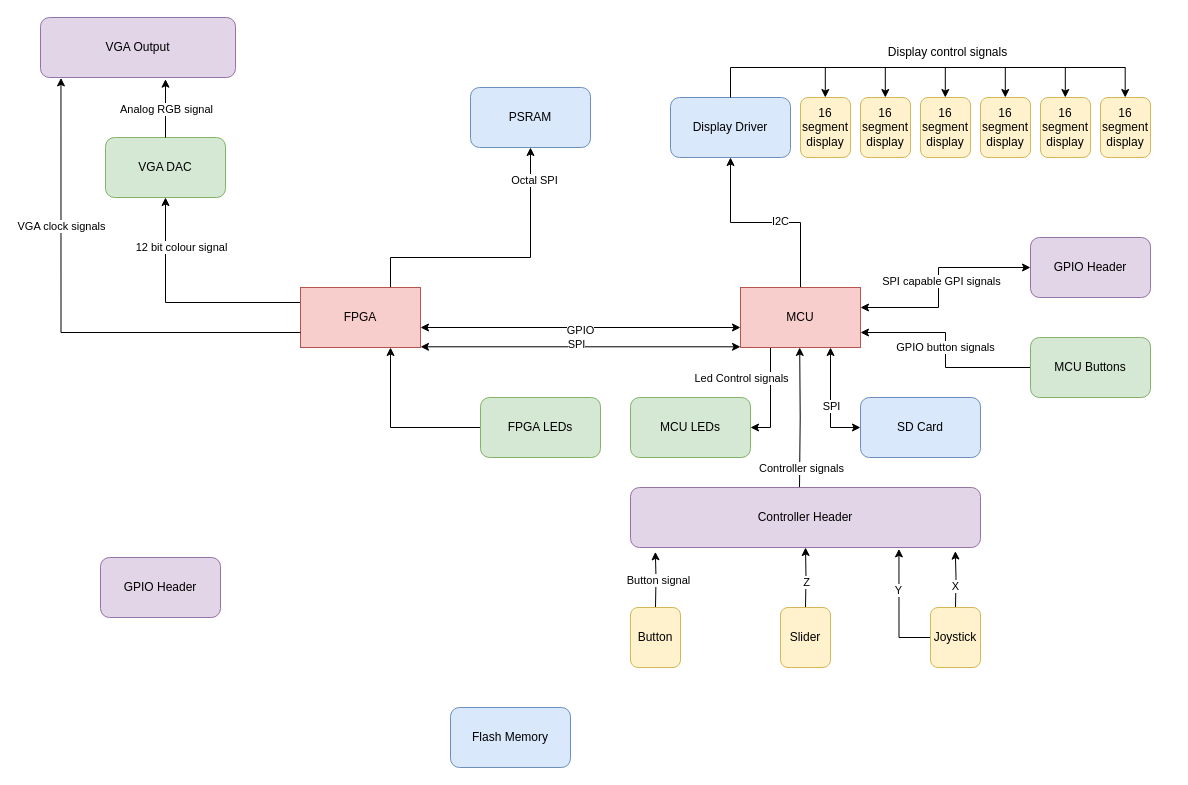
MH-Flight-Simulator-X/System-Figures-And-Microarchitecture keeps this draw.io diagram as PCB/DetailedPCBDiagram.drawio. Above is the earlier version. Source tidied: cells renumbered, new cells numbered last; positions are measured from the earlier drawing's top-left corner, leaving out a move shared by most shapes. Both pictures are drawn from the tidied source at 100%, with x=0, y=0 at pixel (40, 17).
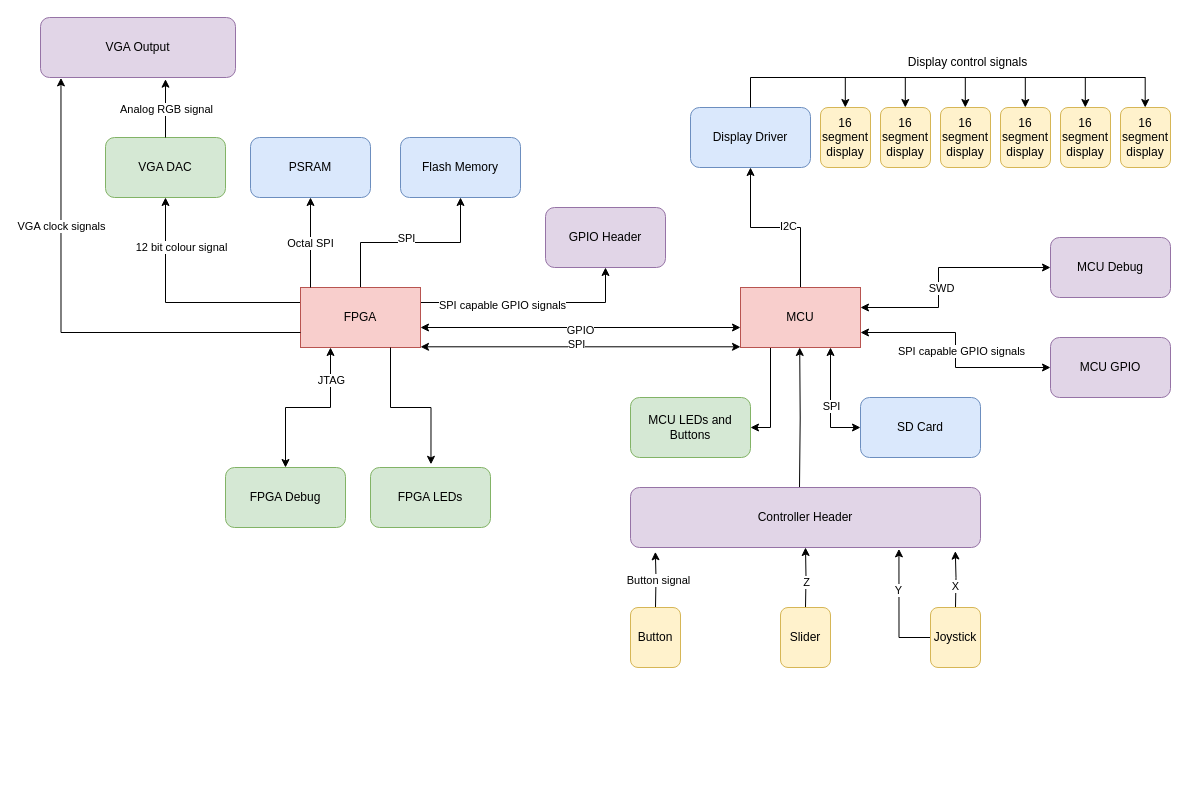
Above is the later version.

Unchanged cells that the change refers to:
```xml
<mxCell id="8" style="edgeStyle=orthogonalEdgeStyle;rounded=0;jettySize=auto;html=1;entryX=0;entryY=0.5;entryDx=0;entryDy=0;startArrow=classic;startFill=1;" parent="1" edge="1" source="16" target="36">
  <mxGeometry relative="1" as="geometry">
    <Array as="points">
      <mxPoint x="898" y="290" />
      <mxPoint x="898" y="250" />
    </Array>
  </mxGeometry>
</mxCell>
<mxCell id="10" style="edgeStyle=orthogonalEdgeStyle;rounded=0;jettySize=auto;html=1;exitX=0.25;exitY=1;exitDx=0;exitDy=0;entryX=1;entryY=0.5;entryDx=0;entryDy=0;" parent="1" edge="1" source="16" target="37">
  <mxGeometry relative="1" as="geometry" />
</mxCell>
<mxCell id="14" style="edgeStyle=orthogonalEdgeStyle;rounded=0;orthogonalLoop=1;jettySize=auto;html=1;startArrow=classic;startFill=1;endArrow=none;endFill=0;" parent="1" edge="1">
  <mxGeometry relative="1" as="geometry">
    <mxPoint x="759.2" y="330" as="sourcePoint" />
    <mxPoint x="759" y="470" as="targetPoint" />
  </mxGeometry>
</mxCell>
<mxCell id="16" value="MCU" style="rounded=0;whiteSpace=wrap;html=1;fillColor=#f8cecc;strokeColor=#b85450;" parent="1" vertex="1">
  <mxGeometry x="700" y="270" width="120" height="60" as="geometry" />
</mxCell>
<mxCell id="24" value="FPGA" style="rounded=0;whiteSpace=wrap;html=1;fillColor=#f8cecc;strokeColor=#b85450;" parent="1" vertex="1">
  <mxGeometry x="260" y="270" width="120" height="60" as="geometry" />
</mxCell>
```

Change to the diagram source:
```diff
@@
-    <mxCell id="9" value="SPI capable GPI signals" style="edgeLabel;html=1;align=center;verticalAlign=middle;" parent="8" vertex="1">
-      <mxGeometry y="-2" relative="1" as="geometry" />
+    <mxCell id="9" value="SWD" style="edgeLabel;html=1;align=center;verticalAlign=middle;" parent="8" vertex="1">
+      <mxGeometry y="-2" relative="1" as="geometry">
+        <mxPoint y="17" as="offset" />
+      </mxGeometry>
     </mxCell>
@@
-    <mxCell id="11" value="Led Control signals" style="edgeLabel;html=1;align=center;verticalAlign=middle;" parent="10" vertex="1">
-      <mxGeometry x="-0.17" y="-1" relative="1" as="geometry">
-        <mxPoint x="-29" y="-12" as="offset" />
-      </mxGeometry>
-    </mxCell>
-    <mxCell id="12" style="edgeStyle=orthogonalEdgeStyle;rounded=0;jettySize=auto;html=1;exitX=1;exitY=0.75;exitDx=0;exitDy=0;startArrow=classic;startFill=1;endArrow=none;endFill=0;" parent="1" edge="1" source="16" target="38">
-      <mxGeometry relative="1" as="geometry" />
-    </mxCell>
-    <mxCell id="13" value="GPIO button signals" style="edgeLabel;html=1;align=center;verticalAlign=middle;" parent="12" vertex="1">
-      <mxGeometry x="-0.03" y="-1" relative="1" as="geometry" />
-    </mxCell>
@@
-    <mxCell id="15" value="Controller signals" style="edgeLabel;html=1;align=center;verticalAlign=middle;" parent="14" vertex="1">
-      <mxGeometry x="0.55" y="1" relative="1" as="geometry">
-        <mxPoint y="12" as="offset" />
-      </mxGeometry>
-    </mxCell>
+    <mxCell id="67" style="edgeStyle=orthogonalEdgeStyle;rounded=0;jettySize=auto;html=1;exitX=1;exitY=0.75;exitDx=0;exitDy=0;entryX=0;entryY=0.5;entryDx=0;entryDy=0;startArrow=classic;startFill=1;" parent="1" edge="1" source="16" target="78">
+      <mxGeometry relative="1" as="geometry" />
+    </mxCell>
+    <mxCell id="68" value="SPI capable GPIO signals" style="edgeLabel;html=1;align=center;verticalAlign=middle;" parent="67" vertex="1">
+      <mxGeometry y="5" relative="1" as="geometry" />
+    </mxCell>
@@
     <mxCell id="18" value="&lt;div&gt;Display Driver&lt;br&gt;&lt;/div&gt;" style="rounded=1;whiteSpace=wrap;html=1;fillColor=#dae8fc;strokeColor=#6c8ebf;" parent="1" vertex="1">
-      <mxGeometry x="630" y="80" width="120" height="60" as="geometry" />
+      <mxGeometry x="650" y="90" width="120" height="60" as="geometry" />
     </mxCell>
@@
-    <mxCell id="21" style="edgeStyle=orthogonalEdgeStyle;rounded=0;jettySize=auto;html=1;exitX=0.75;exitY=0;exitDx=0;exitDy=0;entryX=0.5;entryY=1;entryDx=0;entryDy=0;" parent="1" edge="1" source="24" target="59">
-      <mxGeometry relative="1" as="geometry">
-        <Array as="points">
-          <mxPoint x="350" y="240" />
-          <mxPoint x="490" y="240" />
-        </Array>
-      </mxGeometry>
-    </mxCell>
-    <mxCell id="22" value="Octal SPI" style="edgeLabel;html=1;align=center;verticalAlign=middle;" parent="21" vertex="1">
-      <mxGeometry x="0.77" y="-3" relative="1" as="geometry" />
-    </mxCell>
@@
+    <mxCell id="69" style="edgeStyle=orthogonalEdgeStyle;rounded=0;jettySize=auto;html=1;exitX=0.5;exitY=0;exitDx=0;exitDy=0;entryX=0.5;entryY=1;entryDx=0;entryDy=0;" parent="1" edge="1" source="24" target="57">
+      <mxGeometry relative="1" as="geometry" />
+    </mxCell>
+    <mxCell id="70" value="SPI" style="edgeLabel;html=1;align=center;verticalAlign=middle;" parent="69" vertex="1">
+      <mxGeometry x="-0.11" y="-4" relative="1" as="geometry">
+        <mxPoint x="5" y="-9" as="offset" />
+      </mxGeometry>
+    </mxCell>
+    <mxCell id="71" style="edgeStyle=orthogonalEdgeStyle;rounded=0;jettySize=auto;html=1;exitX=1;exitY=0.25;exitDx=0;exitDy=0;" parent="1" edge="1" source="24" target="58">
+      <mxGeometry relative="1" as="geometry" />
+    </mxCell>
+    <mxCell id="72" value="SPI capable GPIO signals" style="edgeLabel;html=1;align=center;verticalAlign=middle;" parent="71" vertex="1">
+      <mxGeometry x="-0.26" y="-2" relative="1" as="geometry" />
+    </mxCell>
+    <mxCell id="73" style="edgeStyle=orthogonalEdgeStyle;rounded=0;jettySize=auto;html=1;exitX=0.25;exitY=1;exitDx=0;exitDy=0;entryX=0.5;entryY=0;entryDx=0;entryDy=0;startArrow=classic;startFill=1;" parent="1" edge="1" source="24" target="76">
+      <mxGeometry relative="1" as="geometry" />
+    </mxCell>
+    <mxCell id="74" value="JTAG" style="edgeLabel;html=1;align=center;verticalAlign=middle;" parent="73" vertex="1">
+      <mxGeometry x="-0.61" relative="1" as="geometry" />
+    </mxCell>
@@
-    <mxCell id="25" style="edgeStyle=orthogonalEdgeStyle;rounded=0;jettySize=auto;html=1;entryX=0.75;entryY=1;entryDx=0;entryDy=0;" parent="1" edge="1" source="26" target="24">
-      <mxGeometry relative="1" as="geometry" />
-    </mxCell>
     <mxCell id="26" value="FPGA LEDs" style="rounded=1;whiteSpace=wrap;html=1;fillColor=#d5e8d4;strokeColor=#82b366;" parent="1" vertex="1">
-      <mxGeometry x="440" y="380" width="120" height="60" as="geometry" />
+      <mxGeometry x="330" y="450" width="120" height="60" as="geometry" />
     </mxCell>
     <mxCell id="27" style="endArrow=none;html=1;rounded=0;targetPerimeterSpacing=63;endSize=17;" parent="1" edge="1">
       <mxGeometry relative="1" as="geometry">
-        <mxPoint x="690" y="50" as="sourcePoint" />
-        <mxPoint x="1085" y="50" as="targetPoint" />
+        <mxPoint x="710" y="60" as="sourcePoint" />
+        <mxPoint x="1105" y="60" as="targetPoint" />
       </mxGeometry>
     </mxCell>
     <mxCell id="28" style="endArrow=none;html=1;rounded=0;" parent="1" edge="1">
       <mxGeometry relative="1" as="geometry">
-        <mxPoint x="690" y="80" as="sourcePoint" />
-        <mxPoint x="690" y="50" as="targetPoint" />
+        <mxPoint x="710" y="90" as="sourcePoint" />
+        <mxPoint x="710" y="60" as="targetPoint" />
       </mxGeometry>
     </mxCell>
     <mxCell id="29" style="endArrow=classic;html=1;rounded=0;" parent="1" edge="1">
       <mxGeometry relative="1" as="geometry">
-        <mxPoint x="1084.7" y="50" as="sourcePoint" />
-        <mxPoint x="1084.7" y="80" as="targetPoint" />
+        <mxPoint x="1104.7" y="60" as="sourcePoint" />
+        <mxPoint x="1104.7" y="90" as="targetPoint" />
       </mxGeometry>
     </mxCell>
     <mxCell id="30" style="endArrow=classic;html=1;rounded=0;" parent="1" edge="1">
       <mxGeometry relative="1" as="geometry">
-        <mxPoint x="1024.8" y="50" as="sourcePoint" />
-        <mxPoint x="1024.8" y="80" as="targetPoint" />
+        <mxPoint x="1044.8" y="60" as="sourcePoint" />
+        <mxPoint x="1044.8" y="90" as="targetPoint" />
       </mxGeometry>
     </mxCell>
     <mxCell id="31" style="endArrow=classic;html=1;rounded=0;" parent="1" edge="1">
       <mxGeometry relative="1" as="geometry">
-        <mxPoint x="964.8" y="50" as="sourcePoint" />
-        <mxPoint x="964.8" y="80" as="targetPoint" />
+        <mxPoint x="984.8" y="60" as="sourcePoint" />
+        <mxPoint x="984.8" y="90" as="targetPoint" />
       </mxGeometry>
     </mxCell>
     <mxCell id="32" style="endArrow=classic;html=1;rounded=0;" parent="1" edge="1">
       <mxGeometry relative="1" as="geometry">
-        <mxPoint x="904.8" y="50" as="sourcePoint" />
-        <mxPoint x="904.8" y="80" as="targetPoint" />
+        <mxPoint x="924.8" y="60" as="sourcePoint" />
+        <mxPoint x="924.8" y="90" as="targetPoint" />
       </mxGeometry>
     </mxCell>
     <mxCell id="33" style="endArrow=classic;html=1;rounded=0;" parent="1" edge="1">
       <mxGeometry relative="1" as="geometry">
-        <mxPoint x="844.8" y="50" as="sourcePoint" />
-        <mxPoint x="844.8" y="80" as="targetPoint" />
+        <mxPoint x="864.8" y="60" as="sourcePoint" />
+        <mxPoint x="864.8" y="90" as="targetPoint" />
       </mxGeometry>
     </mxCell>
     <mxCell id="34" style="endArrow=classic;html=1;rounded=0;" parent="1" edge="1">
       <mxGeometry relative="1" as="geometry">
-        <mxPoint x="784.8" y="50" as="sourcePoint" />
-        <mxPoint x="784.8" y="80" as="targetPoint" />
+        <mxPoint x="804.8" y="60" as="sourcePoint" />
+        <mxPoint x="804.8" y="90" as="targetPoint" />
       </mxGeometry>
     </mxCell>
     <mxCell id="35" value="Display control signals" style="text;html=1;align=center;verticalAlign=middle;whiteSpace=wrap;rounded=0;" parent="1" vertex="1">
-      <mxGeometry x="825" y="20" width="165" height="30" as="geometry" />
+      <mxGeometry x="845" y="30" width="165" height="30" as="geometry" />
     </mxCell>
-    <mxCell id="36" value="GPIO Header" style="rounded=1;whiteSpace=wrap;html=1;fillColor=#e1d5e7;strokeColor=#9673a6;" parent="1" vertex="1">
-      <mxGeometry x="990" y="220" width="120" height="60" as="geometry" />
+    <mxCell id="36" value="MCU Debug" style="rounded=1;whiteSpace=wrap;html=1;fillColor=#e1d5e7;strokeColor=#9673a6;" parent="1" vertex="1">
+      <mxGeometry x="1010" y="220" width="120" height="60" as="geometry" />
     </mxCell>
-    <mxCell id="37" value="MCU LEDs" style="rounded=1;whiteSpace=wrap;html=1;fillColor=#d5e8d4;strokeColor=#82b366;" parent="1" vertex="1">
+    <mxCell id="37" value="MCU LEDs and Buttons" style="rounded=1;whiteSpace=wrap;html=1;fillColor=#d5e8d4;strokeColor=#82b366;" parent="1" vertex="1">
       <mxGeometry x="590" y="380" width="120" height="60" as="geometry" />
     </mxCell>
-    <mxCell id="38" value="MCU Buttons" style="rounded=1;whiteSpace=wrap;html=1;fillColor=#d5e8d4;strokeColor=#82b366;" parent="1" vertex="1">
-      <mxGeometry x="990" y="320" width="120" height="60" as="geometry" />
-    </mxCell>
@@
     <mxCell id="51" value="&lt;div&gt;16 segment display&lt;/div&gt;" style="rounded=1;whiteSpace=wrap;html=1;fillColor=#fff2cc;strokeColor=#d6b656;" parent="1" vertex="1">
-      <mxGeometry x="760" y="80" width="50" height="60" as="geometry" />
+      <mxGeometry x="780" y="90" width="50" height="60" as="geometry" />
     </mxCell>
     <mxCell id="52" value="&lt;div&gt;16 segment display&lt;/div&gt;" style="rounded=1;whiteSpace=wrap;html=1;fillColor=#fff2cc;strokeColor=#d6b656;" parent="1" vertex="1">
-      <mxGeometry x="820" y="80" width="50" height="60" as="geometry" />
+      <mxGeometry x="840" y="90" width="50" height="60" as="geometry" />
     </mxCell>
     <mxCell id="53" value="&lt;div&gt;16 segment display&lt;/div&gt;" style="rounded=1;whiteSpace=wrap;html=1;fillColor=#fff2cc;strokeColor=#d6b656;" parent="1" vertex="1">
-      <mxGeometry x="880" y="80" width="50" height="60" as="geometry" />
+      <mxGeometry x="900" y="90" width="50" height="60" as="geometry" />
     </mxCell>
     <mxCell id="54" value="&lt;div&gt;16 segment display&lt;/div&gt;" style="rounded=1;whiteSpace=wrap;html=1;fillColor=#fff2cc;strokeColor=#d6b656;" parent="1" vertex="1">
-      <mxGeometry x="940" y="80" width="50" height="60" as="geometry" />
+      <mxGeometry x="960" y="90" width="50" height="60" as="geometry" />
     </mxCell>
     <mxCell id="55" value="&lt;div&gt;16 segment display&lt;/div&gt;" style="rounded=1;whiteSpace=wrap;html=1;fillColor=#fff2cc;strokeColor=#d6b656;" parent="1" vertex="1">
-      <mxGeometry x="1000" y="80" width="50" height="60" as="geometry" />
+      <mxGeometry x="1020" y="90" width="50" height="60" as="geometry" />
     </mxCell>
     <mxCell id="56" value="&lt;div&gt;16 segment display&lt;/div&gt;" style="rounded=1;whiteSpace=wrap;html=1;fillColor=#fff2cc;strokeColor=#d6b656;" parent="1" vertex="1">
-      <mxGeometry x="1060" y="80" width="50" height="60" as="geometry" />
+      <mxGeometry x="1080" y="90" width="50" height="60" as="geometry" />
     </mxCell>
     <mxCell id="57" value="Flash Memory" style="rounded=1;whiteSpace=wrap;html=1;fillColor=#dae8fc;strokeColor=#6c8ebf;" parent="1" vertex="1">
-      <mxGeometry x="410" y="690" width="120" height="60" as="geometry" />
+      <mxGeometry x="360" y="120" width="120" height="60" as="geometry" />
     </mxCell>
     <mxCell id="58" value="GPIO Header" style="rounded=1;whiteSpace=wrap;html=1;fillColor=#e1d5e7;strokeColor=#9673a6;" parent="1" vertex="1">
-      <mxGeometry x="60" y="540" width="120" height="60" as="geometry" />
+      <mxGeometry x="505" y="190" width="120" height="60" as="geometry" />
     </mxCell>
     <mxCell id="59" value="PSRAM" style="rounded=1;whiteSpace=wrap;html=1;fillColor=#dae8fc;strokeColor=#6c8ebf;" parent="1" vertex="1">
-      <mxGeometry x="430" y="70" width="120" height="60" as="geometry" />
+      <mxGeometry x="210" y="120" width="120" height="60" as="geometry" />
     </mxCell>
@@
+    <mxCell id="75" style="edgeStyle=orthogonalEdgeStyle;rounded=0;jettySize=auto;html=1;entryX=0.5;entryY=1;entryDx=0;entryDy=0;" parent="1" edge="1" target="59">
+      <mxGeometry relative="1" as="geometry">
+        <mxPoint x="270" y="270" as="sourcePoint" />
+        <Array as="points">
+          <mxPoint x="270" y="270" />
+        </Array>
+      </mxGeometry>
+    </mxCell>
+    <mxCell id="22" value="Octal SPI" style="edgeLabel;html=1;align=center;verticalAlign=middle;" parent="75" vertex="1">
+      <mxGeometry x="-0.01" y="1" relative="1" as="geometry" />
+    </mxCell>
+    <mxCell id="76" value="FPGA Debug" style="rounded=1;whiteSpace=wrap;html=1;fillColor=#d5e8d4;strokeColor=#82b366;" parent="1" vertex="1">
+      <mxGeometry x="185" y="450" width="120" height="60" as="geometry" />
+    </mxCell>
+    <mxCell id="77" style="edgeStyle=orthogonalEdgeStyle;rounded=0;jettySize=auto;html=1;exitX=0.75;exitY=1;exitDx=0;exitDy=0;entryX=0.504;entryY=-0.053;entryDx=0;entryDy=0;entryPerimeter=0;" parent="1" edge="1" source="24" target="26">
+      <mxGeometry relative="1" as="geometry" />
+    </mxCell>
+    <mxCell id="78" value="MCU GPIO" style="rounded=1;whiteSpace=wrap;html=1;fillColor=#e1d5e7;strokeColor=#9673a6;" parent="1" vertex="1">
+      <mxGeometry x="1010" y="320" width="120" height="60" as="geometry" />
+    </mxCell>
```
